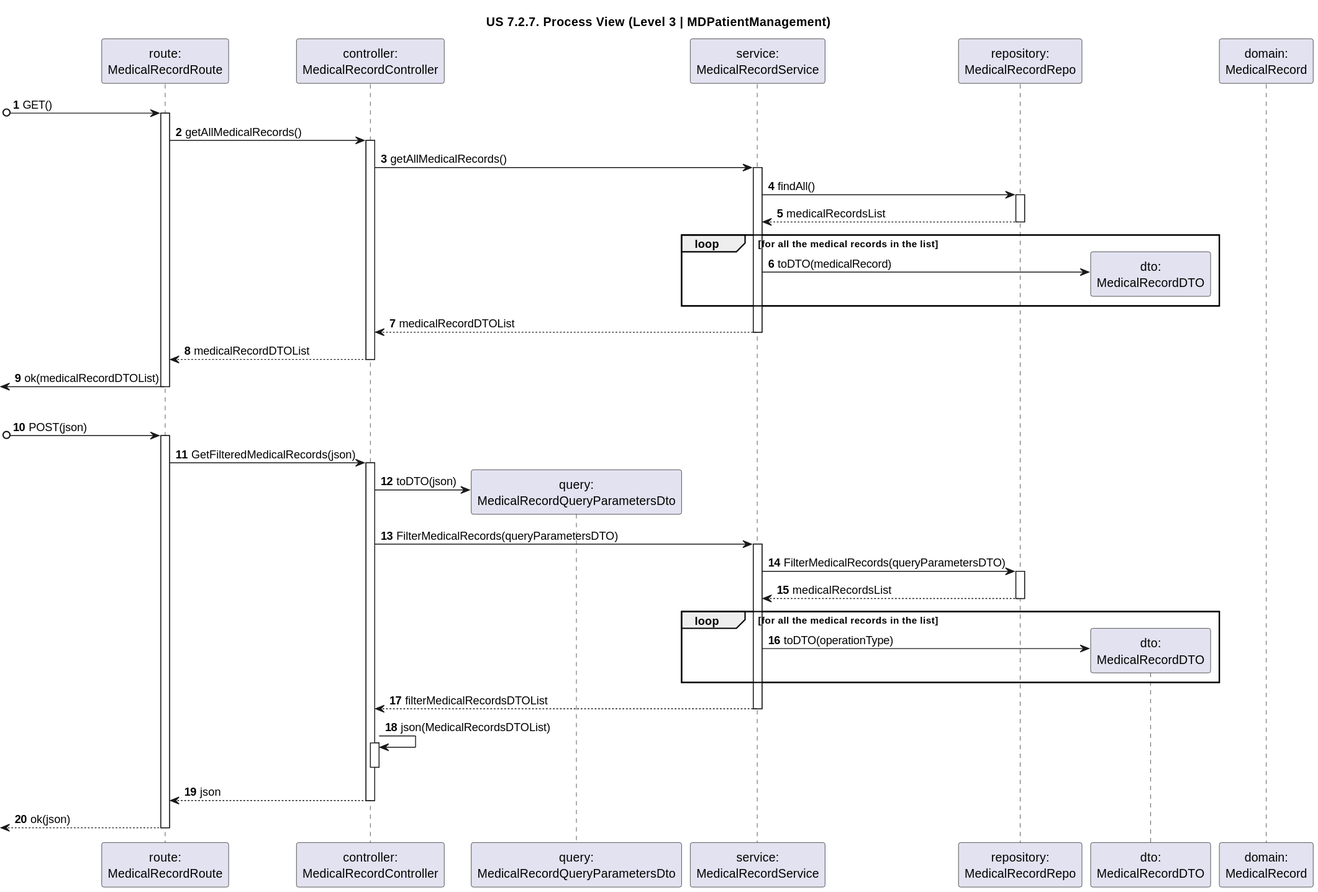
rita-barbosa/LAPR5-2425 keeps this PlantUML diagram as docs/sprint-3/1221933/us-7.2.7/diagrams/n3/process-view-nivel3-mdpatientmanagement.svg. Above is the earlier version. Source of this version:
```plantuml
@startuml

title "US 7.2.7. Process View (Level 3 | MDPatientManagement)"

autonumber

participant "route:\nMedicalRecordRoute" as ROUTE
participant "controller:\nMedicalRecordController" as CTRL
participant "query:\nMedicalRecordQueryParametersDto" as QueryDTO

participant "service:\nMedicalRecordService" as SER
participant "repository:\nMedicalRecordRepo" as REPO
participant "dto:\nMedicalRecordDTO" as DTO
participant "domain:\nMedicalRecord" as MEDREC


[o-> ROUTE : GET()
activate ROUTE

ROUTE -> CTRL : getAllMedicalRecords()
activate CTRL

CTRL -> SER : getAllMedicalRecords()
activate SER

SER -> REPO : findAll()
activate REPO

REPO --> SER : medicalRecordsList
deactivate REPO

loop for all the medical records in the list
    SER -> DTO ** : toDTO(medicalRecord)
end loop

SER --> CTRL : medicalRecordDTOList
deactivate SER

CTRL --> ROUTE : medicalRecordDTOList
deactivate CTRL

<- ROUTE : ok(medicalRecordDTOList)
deactivate ROUTE

|||

[o-> ROUTE : POST(json)
activate ROUTE

ROUTE -> CTRL : GetFilteredMedicalRecords(json)
activate CTRL

CTRL -> QueryDTO ** : toDTO(json)

CTRL -> SER : FilterMedicalRecords(queryParametersDTO)
activate SER


SER -> REPO : FilterMedicalRecords(queryParametersDTO)
activate REPO

REPO --> SER : medicalRecordsList
deactivate REPO

    loop for all the medical records in the list
        SER -> DTO ** : toDTO(operationType)
    end loop

SER --> CTRL : filterMedicalRecordsDTOList
deactivate SER

CTRL -> CTRL : json(MedicalRecordsDTOList)
activate CTRL
deactivate CTRL

CTRL --> ROUTE : json
deactivate CTRL

<-- ROUTE : ok(json)
deactivate ROUTE
@enduml
```
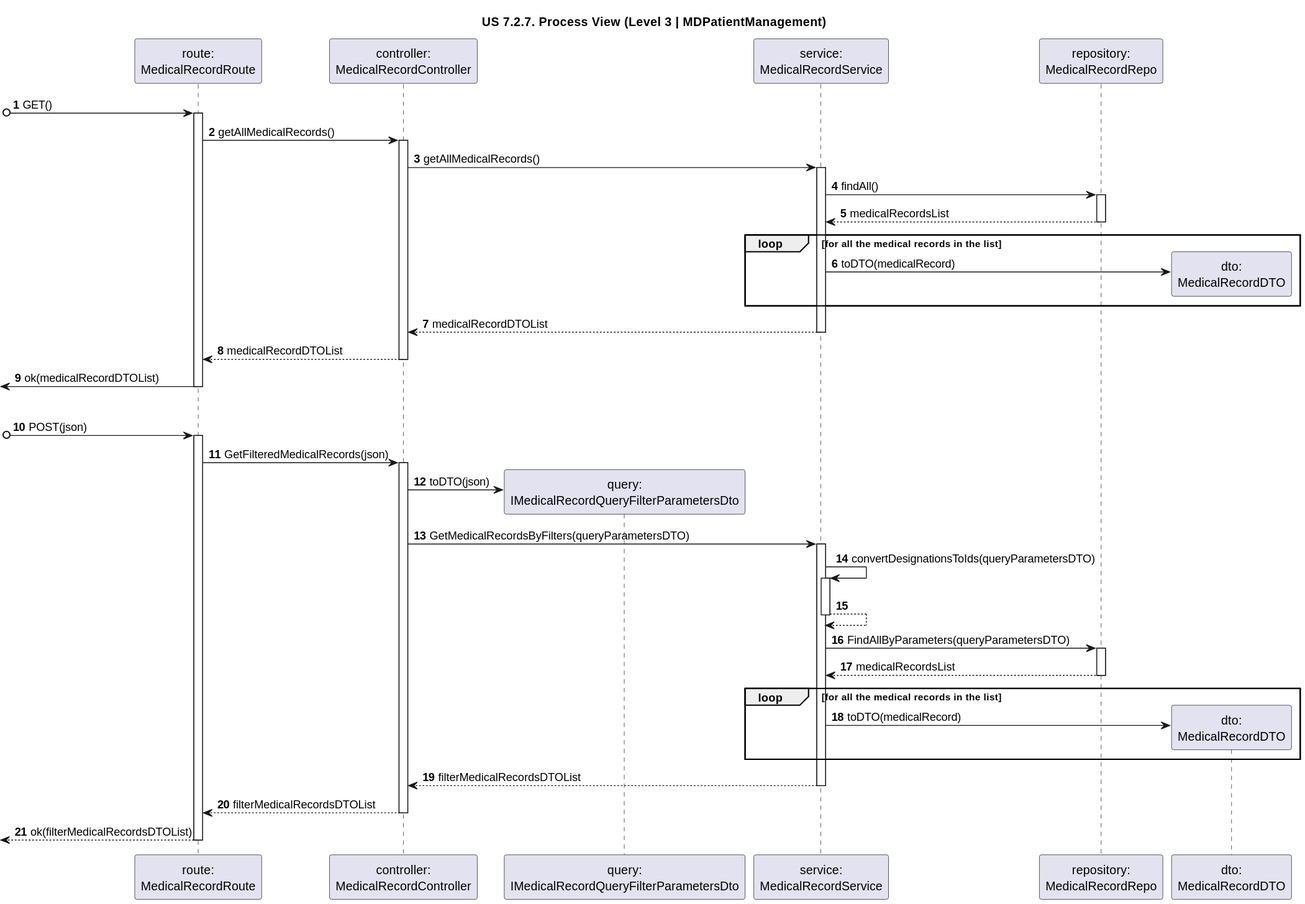
After the commit.

The edit, as a diff of the source:
```diff
@@ -6,13 +6,11 @@
 
 participant "route:\nMedicalRecordRoute" as ROUTE
 participant "controller:\nMedicalRecordController" as CTRL
-participant "query:\nMedicalRecordQueryParametersDto" as QueryDTO
+participant "query:\nIMedicalRecordQueryFilterParametersDto" as QueryDTO
 
 participant "service:\nMedicalRecordService" as SER
 participant "repository:\nMedicalRecordRepo" as REPO
 participant "dto:\nMedicalRecordDTO" as DTO
-participant "domain:\nMedicalRecord" as MEDREC
-
 
 [o-> ROUTE : GET()
 activate ROUTE
@@ -52,30 +50,30 @@
 
 CTRL -> QueryDTO ** : toDTO(json)
 
-CTRL -> SER : FilterMedicalRecords(queryParametersDTO)
+CTRL -> SER : GetMedicalRecordsByFilters(queryParametersDTO)
 activate SER
 
+SER -> SER : convertDesignationsToIds(queryParametersDTO)
+activate SER
+SER --> SER :
+deactivate SER
 
-SER -> REPO : FilterMedicalRecords(queryParametersDTO)
+SER -> REPO : FindAllByParameters(queryParametersDTO)
 activate REPO
 
 REPO --> SER : medicalRecordsList
 deactivate REPO
 
     loop for all the medical records in the list
-        SER -> DTO ** : toDTO(operationType)
+        SER -> DTO ** : toDTO(medicalRecord)
     end loop
 
 SER --> CTRL : filterMedicalRecordsDTOList
 deactivate SER
 
-CTRL -> CTRL : json(MedicalRecordsDTOList)
-activate CTRL
+CTRL --> ROUTE : filterMedicalRecordsDTOList
 deactivate CTRL
 
-CTRL --> ROUTE : json
-deactivate CTRL
-
-<-- ROUTE : ok(json)
+<-- ROUTE : ok(filterMedicalRecordsDTOList)
 deactivate ROUTE
 @enduml
```
